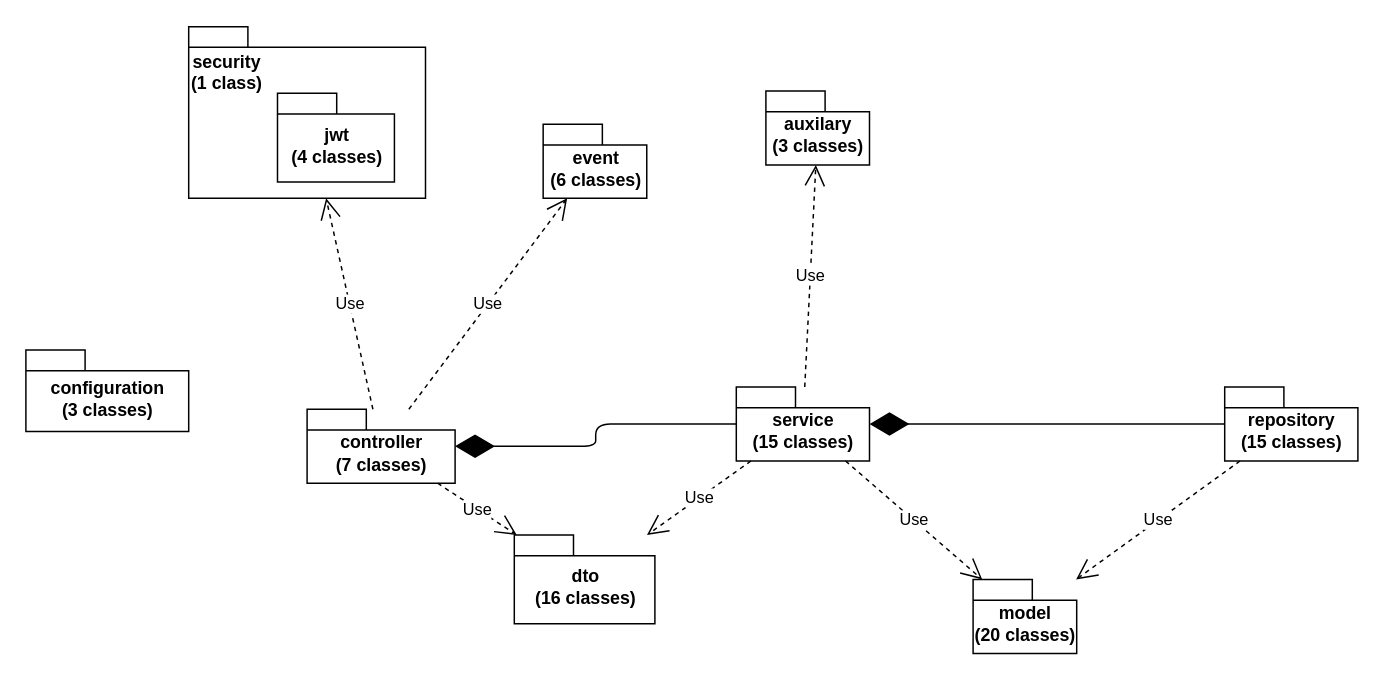
This is simplified UML class diagram.drawio from khwongbf/FYP-CodeBase, a draw.io file, before an edit. Source tidied: cells renumbered, new cells numbered last; positions are measured from the earlier drawing's top-left corner, leaving out a move shared by most shapes. Both pictures are drawn from the tidied source at 148%, with x=0, y=0 at pixel (25, 25).
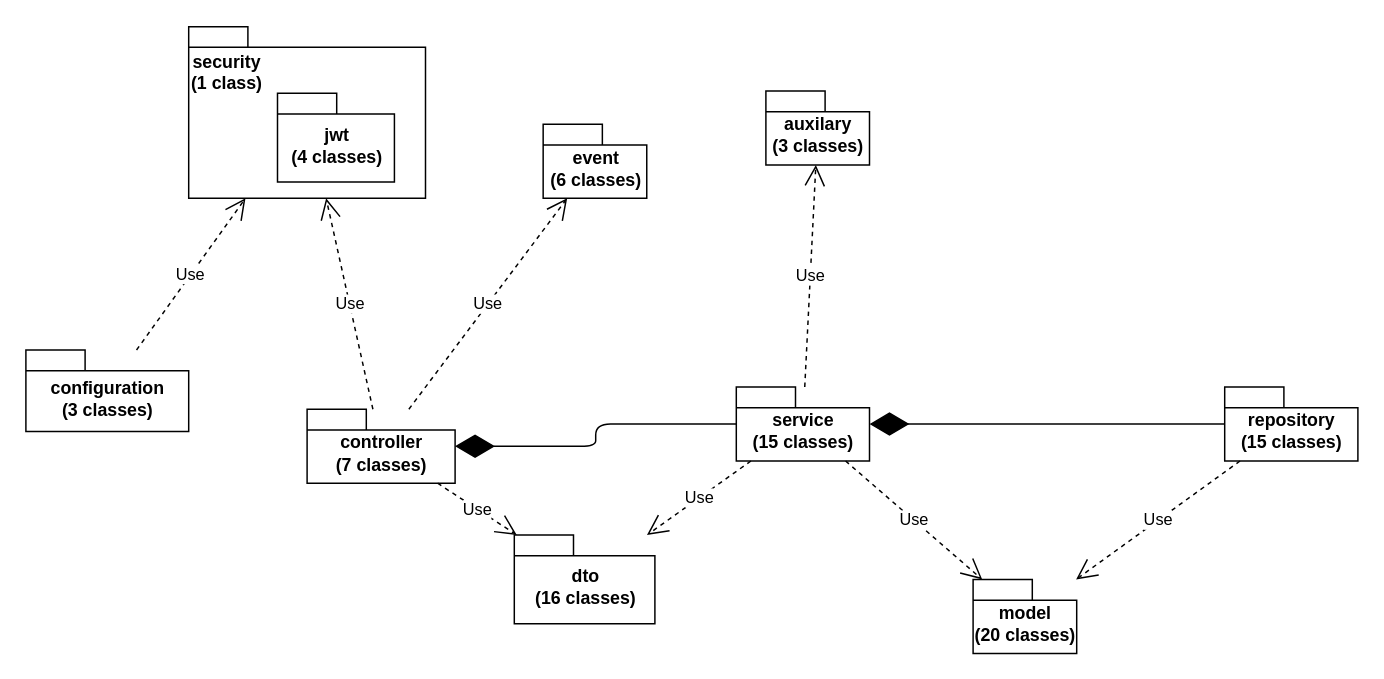
The same page after the edit.

Unchanged cells that the change refers to:
```xml
<mxCell id="6" value="&lt;div style=&quot;text-align: center&quot;&gt;&lt;span&gt;security&lt;/span&gt;&lt;/div&gt;&lt;div style=&quot;text-align: center&quot;&gt;&lt;span&gt;(1 class)&lt;/span&gt;&lt;/div&gt;" style="shape=folder;fontStyle=1;spacingTop=10;tabWidth=40;tabHeight=14;tabPosition=left;html=1;verticalAlign=top;align=left;" parent="5" vertex="1">
  <mxGeometry width="160" height="116" as="geometry" />
</mxCell>
<mxCell id="10" value="configuration&lt;br&gt;(3 classes)&lt;br&gt;" style="shape=folder;fontStyle=1;spacingTop=10;tabWidth=40;tabHeight=14;tabPosition=left;html=1;align=center;" parent="1" vertex="1">
  <mxGeometry y="219" width="110" height="55" as="geometry" />
</mxCell>
```

Diff of the diagram source:
```diff
@@
+    <mxCell id="22" value="Use" style="endArrow=open;endSize=12;dashed=1;html=1;" parent="1" edge="1" source="10" target="6">
+      <mxGeometry relative="1" as="geometry" />
+    </mxCell>
```
